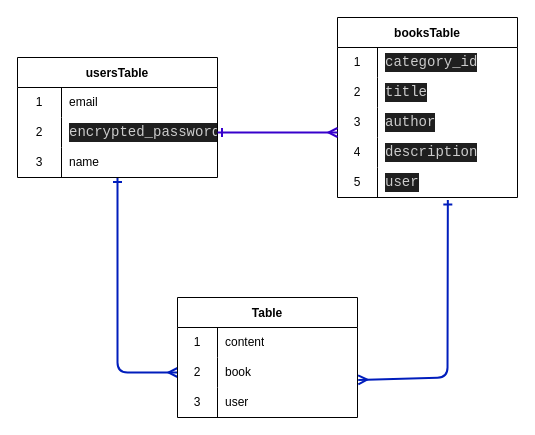
k-zyw/book-record keeps this draw.io diagram as book-record.dio. Above is the earlier version. Source tidied: cells renumbered, new cells numbered last; positions are measured from the earlier drawing's top-left corner, leaving out a move shared by most shapes. Both pictures are drawn from the tidied source at 100%, with x=0, y=0 at pixel (17, 17).
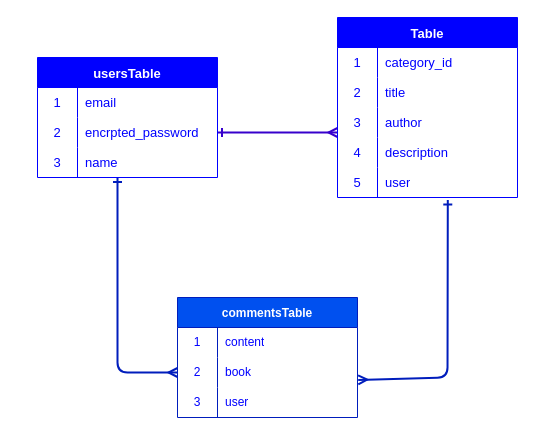
After the change.

The change refers to these unchanged cells:
```xml
<mxCell id="33" style="shape=tableRow;horizontal=0;startSize=0;swimlaneHead=0;swimlaneBody=0;top=0;left=0;bottom=0;right=0;fillColor=none;" parent="32" vertex="1">
  <mxGeometry y="30" width="180" height="30" as="geometry" />
</mxCell>
<mxCell id="36" style="shape=tableRow;horizontal=0;startSize=0;swimlaneHead=0;swimlaneBody=0;top=0;left=0;bottom=0;right=0;fillColor=none;points=[[0,0.5],[1,0.5]];portConstraint=eastwest;" parent="32" vertex="1">
  <mxGeometry y="60" width="180" height="30" as="geometry" />
</mxCell>
<mxCell id="39" style="shape=tableRow;horizontal=0;startSize=0;swimlaneHead=0;swimlaneBody=0;top=0;left=0;bottom=0;right=0;fillColor=none;" parent="32" vertex="1">
  <mxGeometry y="90" width="180" height="30" as="geometry" />
</mxCell>
```

What changed in the source:
```diff
@@
-    <mxCell id="2" style="edgeStyle=none;html=1;entryX=0;entryY=0.5;entryDx=0;entryDy=0;strokeWidth=2;startArrow=ERone;startFill=0;endArrow=ERmany;endFill=0;fillColor=#0050ef;strokeColor=#001DBC;" parent="1" edge="1" source="3" target="36">
+    <mxCell id="2" style="edgeStyle=none;html=1;entryX=0;entryY=0.5;entryDx=0;entryDy=0;strokeWidth=2;startArrow=ERone;startFill=0;endArrow=ERmany;endFill=0;fillColor=#0050ef;strokeColor=#001DBC;" parent="1" edge="1" target="36">
       <mxGeometry relative="1" as="geometry">
+        <mxPoint x="100" y="160" as="sourcePoint" />
         <Array as="points">
           <mxPoint x="100" y="355" />
         </Array>
       </mxGeometry>
     </mxCell>
-    <mxCell id="3" value="usersTable" style="shape=table;startSize=30;childLayout=tableLayout;rowLines=0;fontStyle=1;" parent="1" vertex="1">
-      <mxGeometry y="40" width="200" height="120" as="geometry" />
-    </mxCell>
-    <mxCell id="4" style="shape=tableRow;horizontal=0;startSize=0;swimlaneHead=0;swimlaneBody=0;top=0;left=0;bottom=0;right=0;fillColor=none;" parent="3" vertex="1">
-      <mxGeometry y="30" width="200" height="30" as="geometry" />
-    </mxCell>
-    <mxCell id="5" value="1" style="shape=partialRectangle;html=1;whiteSpace=wrap;fillColor=none;top=0;left=0;bottom=0;right=0;overflow=hidden;" parent="4" vertex="1">
-      <mxGeometry width="44" height="30" as="geometry" />
-    </mxCell>
-    <mxCell id="6" value="email" style="shape=partialRectangle;html=1;whiteSpace=wrap;fillColor=none;top=0;left=0;bottom=0;right=0;align=left;spacingLeft=6;overflow=hidden;" parent="4" vertex="1">
-      <mxGeometry x="44" width="156" height="30" as="geometry" />
-    </mxCell>
-    <mxCell id="7" style="shape=tableRow;horizontal=0;startSize=0;swimlaneHead=0;swimlaneBody=0;top=0;left=0;bottom=0;right=0;fillColor=none;points=[[0,0.5],[1,0.5]];portConstraint=eastwest;" parent="3" vertex="1">
-      <mxGeometry y="60" width="200" height="30" as="geometry" />
-    </mxCell>
-    <mxCell id="8" value="2" style="shape=partialRectangle;html=1;whiteSpace=wrap;fillColor=none;top=0;left=0;bottom=0;right=0;overflow=hidden;" parent="7" vertex="1">
-      <mxGeometry width="44" height="30" as="geometry" />
-    </mxCell>
-    <mxCell id="9" value="&lt;div style=&quot;color: rgb(204, 204, 204); background-color: rgb(31, 31, 31); font-family: Consolas, &amp;quot;Courier New&amp;quot;, monospace; font-size: 14px; line-height: 19px;&quot;&gt;encrypted_password&lt;/div&gt;" style="shape=partialRectangle;html=1;whiteSpace=wrap;fillColor=none;top=0;left=0;bottom=0;right=0;align=left;spacingLeft=6;overflow=hidden;" parent="7" vertex="1">
-      <mxGeometry x="44" width="156" height="30" as="geometry" />
-    </mxCell>
-    <mxCell id="10" style="shape=tableRow;horizontal=0;startSize=0;swimlaneHead=0;swimlaneBody=0;top=0;left=0;bottom=0;right=0;fillColor=none;" parent="3" vertex="1">
-      <mxGeometry y="90" width="200" height="30" as="geometry" />
-    </mxCell>
-    <mxCell id="11" value="3" style="shape=partialRectangle;html=1;whiteSpace=wrap;fillColor=none;top=0;left=0;bottom=0;right=0;overflow=hidden;" parent="10" vertex="1">
-      <mxGeometry width="44" height="30" as="geometry" />
-    </mxCell>
-    <mxCell id="12" value="name" style="shape=partialRectangle;html=1;whiteSpace=wrap;fillColor=none;top=0;left=0;bottom=0;right=0;align=left;spacingLeft=6;overflow=hidden;" parent="10" vertex="1">
-      <mxGeometry x="44" width="156" height="30" as="geometry" />
-    </mxCell>
-    <mxCell id="13" style="edgeStyle=none;html=1;entryX=1.004;entryY=0.747;entryDx=0;entryDy=0;strokeWidth=2;startArrow=ERone;startFill=0;endArrow=ERmany;endFill=0;entryPerimeter=0;exitX=0.613;exitY=1.08;exitDx=0;exitDy=0;exitPerimeter=0;fillColor=#0050ef;strokeColor=#001DBC;" parent="1" edge="1" source="27" target="36">
+    <mxCell id="13" style="edgeStyle=none;html=1;entryX=1.004;entryY=0.747;entryDx=0;entryDy=0;strokeWidth=2;startArrow=ERone;startFill=0;endArrow=ERmany;endFill=0;entryPerimeter=0;exitX=0.613;exitY=1.08;exitDx=0;exitDy=0;exitPerimeter=0;fillColor=#0050ef;strokeColor=#001DBC;" parent="1" edge="1" target="36">
       <mxGeometry relative="1" as="geometry">
+        <mxPoint x="430.3" y="182.4" as="sourcePoint" />
         <Array as="points">
           <mxPoint x="430" y="360" />
         </Array>
       </mxGeometry>
     </mxCell>
-    <mxCell id="14" value="booksTable" style="shape=table;startSize=30;childLayout=tableLayout;rowLines=0;fontStyle=1;" parent="1" vertex="1">
-      <mxGeometry x="320" width="180" height="180" as="geometry" />
-    </mxCell>
-    <mxCell id="15" style="shape=tableRow;horizontal=0;startSize=0;swimlaneHead=0;swimlaneBody=0;top=0;left=0;bottom=0;right=0;fillColor=none;" parent="14" vertex="1">
-      <mxGeometry y="30" width="180" height="30" as="geometry" />
-    </mxCell>
-    <mxCell id="16" value="1" style="shape=partialRectangle;html=1;whiteSpace=wrap;fillColor=none;top=0;left=0;bottom=0;right=0;overflow=hidden;" parent="15" vertex="1">
-      <mxGeometry width="40" height="30" as="geometry" />
-    </mxCell>
-    <mxCell id="17" value="&lt;div style=&quot;color: rgb(204, 204, 204); background-color: rgb(31, 31, 31); font-family: Consolas, &amp;quot;Courier New&amp;quot;, monospace; font-size: 14px; line-height: 19px;&quot;&gt;category_id&lt;/div&gt;" style="shape=partialRectangle;html=1;whiteSpace=wrap;fillColor=none;top=0;left=0;bottom=0;right=0;align=left;spacingLeft=6;overflow=hidden;" parent="15" vertex="1">
-      <mxGeometry x="40" width="140" height="30" as="geometry" />
-    </mxCell>
-    <mxCell id="18" style="shape=tableRow;horizontal=0;startSize=0;swimlaneHead=0;swimlaneBody=0;top=0;left=0;bottom=0;right=0;fillColor=none;" parent="14" vertex="1">
-      <mxGeometry y="60" width="180" height="30" as="geometry" />
-    </mxCell>
-    <mxCell id="19" value="2" style="shape=partialRectangle;html=1;whiteSpace=wrap;fillColor=none;top=0;left=0;bottom=0;right=0;overflow=hidden;" parent="18" vertex="1">
-      <mxGeometry width="40" height="30" as="geometry" />
-    </mxCell>
-    <mxCell id="20" value="&lt;div style=&quot;color: rgb(204, 204, 204); background-color: rgb(31, 31, 31); font-family: Consolas, &amp;quot;Courier New&amp;quot;, monospace; font-size: 14px; line-height: 19px;&quot;&gt;title &lt;/div&gt;" style="shape=partialRectangle;html=1;whiteSpace=wrap;fillColor=none;top=0;left=0;bottom=0;right=0;align=left;spacingLeft=6;overflow=hidden;" parent="18" vertex="1">
-      <mxGeometry x="40" width="140" height="30" as="geometry" />
-    </mxCell>
-    <mxCell id="21" style="shape=tableRow;horizontal=0;startSize=0;swimlaneHead=0;swimlaneBody=0;top=0;left=0;bottom=0;right=0;fillColor=none;" parent="14" vertex="1">
-      <mxGeometry y="90" width="180" height="30" as="geometry" />
-    </mxCell>
-    <mxCell id="22" value="3" style="shape=partialRectangle;html=1;whiteSpace=wrap;fillColor=none;top=0;left=0;bottom=0;right=0;overflow=hidden;" parent="21" vertex="1">
-      <mxGeometry width="40" height="30" as="geometry" />
-    </mxCell>
-    <mxCell id="23" value="&lt;div style=&quot;color: rgb(204, 204, 204); background-color: rgb(31, 31, 31); font-family: Consolas, &amp;quot;Courier New&amp;quot;, monospace; font-size: 14px; line-height: 19px;&quot;&gt;author&lt;/div&gt;" style="shape=partialRectangle;html=1;whiteSpace=wrap;fillColor=none;top=0;left=0;bottom=0;right=0;align=left;spacingLeft=6;overflow=hidden;" parent="21" vertex="1">
-      <mxGeometry x="40" width="140" height="30" as="geometry" />
-    </mxCell>
-    <mxCell id="24" style="shape=tableRow;horizontal=0;startSize=0;swimlaneHead=0;swimlaneBody=0;top=0;left=0;bottom=0;right=0;fillColor=none;" parent="14" vertex="1">
-      <mxGeometry y="120" width="180" height="30" as="geometry" />
-    </mxCell>
-    <mxCell id="25" value="4" style="shape=partialRectangle;html=1;whiteSpace=wrap;fillColor=none;top=0;left=0;bottom=0;right=0;overflow=hidden;" parent="24" vertex="1">
-      <mxGeometry width="40" height="30" as="geometry" />
-    </mxCell>
-    <mxCell id="26" value="&lt;div style=&quot;color: rgb(204, 204, 204); background-color: rgb(31, 31, 31); font-family: Consolas, &amp;quot;Courier New&amp;quot;, monospace; font-size: 14px; line-height: 19px;&quot;&gt;&lt;div style=&quot;line-height: 19px;&quot;&gt;&lt;div style=&quot;line-height: 19px;&quot;&gt;&lt;div style=&quot;line-height: 19px;&quot;&gt;description&lt;/div&gt;&lt;/div&gt;&lt;/div&gt;&lt;/div&gt;" style="shape=partialRectangle;html=1;whiteSpace=wrap;fillColor=none;top=0;left=0;bottom=0;right=0;align=left;spacingLeft=6;overflow=hidden;" parent="24" vertex="1">
-      <mxGeometry x="40" width="140" height="30" as="geometry" />
-    </mxCell>
-    <mxCell id="27" style="shape=tableRow;horizontal=0;startSize=0;swimlaneHead=0;swimlaneBody=0;top=0;left=0;bottom=0;right=0;fillColor=none;points=[[0,0.5],[1,0.5]];portConstraint=eastwest;" parent="14" vertex="1">
-      <mxGeometry y="150" width="180" height="30" as="geometry" />
-    </mxCell>
-    <mxCell id="28" value="5" style="shape=partialRectangle;html=1;whiteSpace=wrap;fillColor=none;top=0;left=0;bottom=0;right=0;overflow=hidden;" parent="27" vertex="1">
-      <mxGeometry width="40" height="30" as="geometry" />
-    </mxCell>
-    <mxCell id="29" value="&lt;div style=&quot;color: rgb(204, 204, 204); background-color: rgb(31, 31, 31); font-family: Consolas, &amp;quot;Courier New&amp;quot;, monospace; font-size: 14px; line-height: 19px;&quot;&gt;user&lt;/div&gt;" style="shape=partialRectangle;html=1;whiteSpace=wrap;fillColor=none;top=0;left=0;bottom=0;right=0;align=left;spacingLeft=6;overflow=hidden;" parent="27" vertex="1">
-      <mxGeometry x="40" width="140" height="30" as="geometry" />
-    </mxCell>
-    <mxCell id="30" style="edgeStyle=none;html=1;" parent="1" edge="1" source="3">
+    <mxCell id="30" style="edgeStyle=none;html=1;" parent="1" edge="1">
       <mxGeometry relative="1" as="geometry">
+        <mxPoint x="200" y="100" as="sourcePoint" />
         <mxPoint x="200" y="100" as="targetPoint" />
       </mxGeometry>
     </mxCell>
-    <mxCell id="31" style="edgeStyle=none;html=1;startArrow=ERone;startFill=0;endArrow=ERmany;endFill=0;fillColor=#6a00ff;strokeColor=#3700CC;strokeWidth=2;" parent="1" edge="1" source="7">
+    <mxCell id="31" style="edgeStyle=none;html=1;startArrow=ERone;startFill=0;endArrow=ERmany;endFill=0;fillColor=#6a00ff;strokeColor=#3700CC;strokeWidth=2;" parent="1" edge="1">
       <mxGeometry relative="1" as="geometry">
+        <mxPoint x="200" y="115" as="sourcePoint" />
         <mxPoint x="320" y="115" as="targetPoint" />
       </mxGeometry>
     </mxCell>
-    <mxCell id="32" value="Table" style="shape=table;startSize=30;childLayout=tableLayout;rowLines=0;fontStyle=1;" parent="1" vertex="1">
+    <mxCell id="32" value="commentsTable" style="shape=table;startSize=30;childLayout=tableLayout;rowLines=0;fontStyle=1;fillColor=#0050ef;fontColor=#ffffff;strokeColor=#001DBC;" parent="1" vertex="1">
       <mxGeometry x="160" y="280" width="180" height="120" as="geometry" />
     </mxCell>
@@
-    <mxCell id="34" value="1" style="shape=partialRectangle;html=1;whiteSpace=wrap;fillColor=none;top=0;left=0;bottom=0;right=0;overflow=hidden;" parent="33" vertex="1">
+    <mxCell id="34" value="&lt;font color=&quot;#0000ff&quot;&gt;1&lt;/font&gt;" style="shape=partialRectangle;html=1;whiteSpace=wrap;fillColor=none;top=0;left=0;bottom=0;right=0;overflow=hidden;" parent="33" vertex="1">
       <mxGeometry width="40" height="30" as="geometry" />
     </mxCell>
-    <mxCell id="35" value="content" style="shape=partialRectangle;html=1;whiteSpace=wrap;fillColor=none;top=0;left=0;bottom=0;right=0;align=left;spacingLeft=6;overflow=hidden;" parent="33" vertex="1">
+    <mxCell id="35" value="&lt;font color=&quot;#0000ff&quot;&gt;content&lt;/font&gt;" style="shape=partialRectangle;html=1;whiteSpace=wrap;fillColor=none;top=0;left=0;bottom=0;right=0;align=left;spacingLeft=6;overflow=hidden;" parent="33" vertex="1">
       <mxGeometry x="40" width="140" height="30" as="geometry" />
     </mxCell>
@@
-    <mxCell id="37" value="2" style="shape=partialRectangle;html=1;whiteSpace=wrap;fillColor=none;top=0;left=0;bottom=0;right=0;overflow=hidden;" parent="36" vertex="1">
+    <mxCell id="37" value="&lt;font color=&quot;#0000ff&quot;&gt;2&lt;/font&gt;" style="shape=partialRectangle;html=1;whiteSpace=wrap;fillColor=none;top=0;left=0;bottom=0;right=0;overflow=hidden;" parent="36" vertex="1">
       <mxGeometry width="40" height="30" as="geometry" />
     </mxCell>
-    <mxCell id="38" value="book" style="shape=partialRectangle;html=1;whiteSpace=wrap;fillColor=none;top=0;left=0;bottom=0;right=0;align=left;spacingLeft=6;overflow=hidden;" parent="36" vertex="1">
+    <mxCell id="38" value="&lt;font color=&quot;#0000ff&quot;&gt;book&lt;/font&gt;" style="shape=partialRectangle;html=1;whiteSpace=wrap;fillColor=none;top=0;left=0;bottom=0;right=0;align=left;spacingLeft=6;overflow=hidden;" parent="36" vertex="1">
       <mxGeometry x="40" width="140" height="30" as="geometry" />
     </mxCell>
@@
-    <mxCell id="40" value="3" style="shape=partialRectangle;html=1;whiteSpace=wrap;fillColor=none;top=0;left=0;bottom=0;right=0;overflow=hidden;" parent="39" vertex="1">
+    <mxCell id="40" value="&lt;font color=&quot;#0000ff&quot;&gt;3&lt;/font&gt;" style="shape=partialRectangle;html=1;whiteSpace=wrap;fillColor=none;top=0;left=0;bottom=0;right=0;overflow=hidden;" parent="39" vertex="1">
       <mxGeometry width="40" height="30" as="geometry" />
     </mxCell>
-    <mxCell id="41" value="user" style="shape=partialRectangle;html=1;whiteSpace=wrap;fillColor=none;top=0;left=0;bottom=0;right=0;align=left;spacingLeft=6;overflow=hidden;" parent="39" vertex="1">
+    <mxCell id="41" value="&lt;font color=&quot;#0000ff&quot;&gt;user&lt;/font&gt;" style="shape=partialRectangle;html=1;whiteSpace=wrap;fillColor=none;top=0;left=0;bottom=0;right=0;align=left;spacingLeft=6;overflow=hidden;" parent="39" vertex="1">
       <mxGeometry x="40" width="140" height="30" as="geometry" />
     </mxCell>
+    <mxCell id="3" value="usersTable" style="shape=table;startSize=30;childLayout=tableLayout;rowLines=0;fontStyle=1;labelBackgroundColor=none;labelBorderColor=none;strokeColor=#0000FF;fontSize=13;fontColor=#FFFFFF;fillColor=#0000FF;" parent="1" vertex="1">
+      <mxGeometry x="20" y="40" width="180" height="120" as="geometry" />
+    </mxCell>
+    <mxCell id="42" style="shape=tableRow;horizontal=0;startSize=0;swimlaneHead=0;swimlaneBody=0;top=0;left=0;bottom=0;right=0;fillColor=none;labelBackgroundColor=none;labelBorderColor=none;strokeColor=#0000FF;fontSize=13;fontColor=#0000FF;" parent="3" vertex="1">
+      <mxGeometry y="30" width="180" height="30" as="geometry" />
+    </mxCell>
+    <mxCell id="43" value="1" style="shape=partialRectangle;html=1;whiteSpace=wrap;fillColor=none;top=0;left=0;bottom=0;right=0;overflow=hidden;labelBackgroundColor=none;labelBorderColor=none;strokeColor=#0000FF;fontSize=13;fontColor=#0000FF;" parent="42" vertex="1">
+      <mxGeometry width="40" height="30" as="geometry" />
+    </mxCell>
+    <mxCell id="6" value="email" style="shape=partialRectangle;html=1;whiteSpace=wrap;fillColor=none;top=0;left=0;bottom=0;right=0;align=left;spacingLeft=6;overflow=hidden;labelBackgroundColor=none;labelBorderColor=none;strokeColor=#0000FF;fontSize=13;fontColor=#0000FF;" parent="42" vertex="1">
+      <mxGeometry x="40" width="140" height="30" as="geometry" />
+    </mxCell>
+    <mxCell id="44" style="shape=tableRow;horizontal=0;startSize=0;swimlaneHead=0;swimlaneBody=0;top=0;left=0;bottom=0;right=0;fillColor=none;labelBackgroundColor=none;labelBorderColor=none;strokeColor=#0000FF;fontSize=13;fontColor=#0000FF;" parent="3" vertex="1">
+      <mxGeometry y="60" width="180" height="30" as="geometry" />
+    </mxCell>
+    <mxCell id="45" value="2" style="shape=partialRectangle;html=1;whiteSpace=wrap;fillColor=none;top=0;left=0;bottom=0;right=0;overflow=hidden;labelBackgroundColor=none;labelBorderColor=none;strokeColor=#0000FF;fontSize=13;fontColor=#0000FF;" parent="44" vertex="1">
+      <mxGeometry width="40" height="30" as="geometry" />
+    </mxCell>
+    <mxCell id="46" value="encrpted_password" style="shape=partialRectangle;html=1;whiteSpace=wrap;fillColor=none;top=0;left=0;bottom=0;right=0;align=left;spacingLeft=6;overflow=hidden;labelBackgroundColor=none;labelBorderColor=none;strokeColor=#0000FF;fontSize=13;fontColor=#0000FF;" parent="44" vertex="1">
+      <mxGeometry x="40" width="140" height="30" as="geometry" />
+    </mxCell>
+    <mxCell id="47" style="shape=tableRow;horizontal=0;startSize=0;swimlaneHead=0;swimlaneBody=0;top=0;left=0;bottom=0;right=0;fillColor=none;labelBackgroundColor=none;labelBorderColor=none;strokeColor=#0000FF;fontSize=13;fontColor=#0000FF;" parent="3" vertex="1">
+      <mxGeometry y="90" width="180" height="30" as="geometry" />
+    </mxCell>
+    <mxCell id="48" value="3" style="shape=partialRectangle;html=1;whiteSpace=wrap;fillColor=none;top=0;left=0;bottom=0;right=0;overflow=hidden;labelBackgroundColor=none;labelBorderColor=none;strokeColor=#0000FF;fontSize=13;fontColor=#0000FF;" parent="47" vertex="1">
+      <mxGeometry width="40" height="30" as="geometry" />
+    </mxCell>
+    <mxCell id="12" value="name" style="shape=partialRectangle;html=1;whiteSpace=wrap;fillColor=none;top=0;left=0;bottom=0;right=0;align=left;spacingLeft=6;overflow=hidden;labelBackgroundColor=none;labelBorderColor=none;strokeColor=#0000FF;fontSize=13;fontColor=#0000FF;" parent="47" vertex="1">
+      <mxGeometry x="40" width="140" height="30" as="geometry" />
+    </mxCell>
+    <mxCell id="49" value="Table" style="shape=table;startSize=30;childLayout=tableLayout;rowLines=0;fontStyle=1;labelBackgroundColor=none;labelBorderColor=none;strokeColor=#0000FF;fontSize=13;fontColor=#FFFFFF;fillColor=#0000FF;" parent="1" vertex="1">
+      <mxGeometry x="320" width="180" height="180" as="geometry" />
+    </mxCell>
+    <mxCell id="50" style="shape=tableRow;horizontal=0;startSize=0;swimlaneHead=0;swimlaneBody=0;top=0;left=0;bottom=0;right=0;fillColor=none;labelBackgroundColor=none;labelBorderColor=none;strokeColor=#0000FF;fontSize=13;fontColor=#FFFFFF;" parent="49" vertex="1">
+      <mxGeometry y="30" width="180" height="30" as="geometry" />
+    </mxCell>
+    <mxCell id="51" value="&lt;font color=&quot;#0000ff&quot;&gt;1&lt;/font&gt;" style="shape=partialRectangle;html=1;whiteSpace=wrap;fillColor=none;top=0;left=0;bottom=0;right=0;overflow=hidden;labelBackgroundColor=none;labelBorderColor=none;strokeColor=#0000FF;fontSize=13;fontColor=#FFFFFF;" parent="50" vertex="1">
+      <mxGeometry width="40" height="30" as="geometry" />
+    </mxCell>
+    <mxCell id="17" value="&lt;font color=&quot;#0000ff&quot;&gt;category_id&lt;/font&gt;" style="shape=partialRectangle;html=1;whiteSpace=wrap;fillColor=none;top=0;left=0;bottom=0;right=0;align=left;spacingLeft=6;overflow=hidden;labelBackgroundColor=none;labelBorderColor=none;strokeColor=#0000FF;fontSize=13;fontColor=#FFFFFF;" parent="50" vertex="1">
+      <mxGeometry x="40" width="140" height="30" as="geometry" />
+    </mxCell>
+    <mxCell id="52" style="shape=tableRow;horizontal=0;startSize=0;swimlaneHead=0;swimlaneBody=0;top=0;left=0;bottom=0;right=0;fillColor=none;labelBackgroundColor=none;labelBorderColor=none;strokeColor=#0000FF;fontSize=13;fontColor=#FFFFFF;" parent="49" vertex="1">
+      <mxGeometry y="60" width="180" height="30" as="geometry" />
+    </mxCell>
+    <mxCell id="53" value="&lt;font color=&quot;#0000ff&quot;&gt;2&lt;/font&gt;" style="shape=partialRectangle;html=1;whiteSpace=wrap;fillColor=none;top=0;left=0;bottom=0;right=0;overflow=hidden;labelBackgroundColor=none;labelBorderColor=none;strokeColor=#0000FF;fontSize=13;fontColor=#FFFFFF;" parent="52" vertex="1">
+      <mxGeometry width="40" height="30" as="geometry" />
+    </mxCell>
+    <mxCell id="20" value="&lt;font color=&quot;#0000ff&quot;&gt;title&lt;/font&gt;" style="shape=partialRectangle;html=1;whiteSpace=wrap;fillColor=none;top=0;left=0;bottom=0;right=0;align=left;spacingLeft=6;overflow=hidden;labelBackgroundColor=none;labelBorderColor=none;strokeColor=#0000FF;fontSize=13;fontColor=#FFFFFF;" parent="52" vertex="1">
+      <mxGeometry x="40" width="140" height="30" as="geometry" />
+    </mxCell>
+    <mxCell id="54" style="shape=tableRow;horizontal=0;startSize=0;swimlaneHead=0;swimlaneBody=0;top=0;left=0;bottom=0;right=0;fillColor=none;labelBackgroundColor=none;labelBorderColor=none;strokeColor=#0000FF;fontSize=13;fontColor=#FFFFFF;" parent="49" vertex="1">
+      <mxGeometry y="90" width="180" height="30" as="geometry" />
+    </mxCell>
+    <mxCell id="55" value="&lt;font color=&quot;#0000ff&quot;&gt;3&lt;/font&gt;" style="shape=partialRectangle;html=1;whiteSpace=wrap;fillColor=none;top=0;left=0;bottom=0;right=0;overflow=hidden;labelBackgroundColor=none;labelBorderColor=none;strokeColor=#0000FF;fontSize=13;fontColor=#FFFFFF;" parent="54" vertex="1">
+      <mxGeometry width="40" height="30" as="geometry" />
+    </mxCell>
+    <mxCell id="23" value="&lt;font color=&quot;#0000ff&quot;&gt;author&lt;/font&gt;" style="shape=partialRectangle;html=1;whiteSpace=wrap;fillColor=none;top=0;left=0;bottom=0;right=0;align=left;spacingLeft=6;overflow=hidden;labelBackgroundColor=none;labelBorderColor=none;strokeColor=#0000FF;fontSize=13;fontColor=#FFFFFF;" parent="54" vertex="1">
+      <mxGeometry x="40" width="140" height="30" as="geometry" />
+    </mxCell>
+    <mxCell id="56" style="shape=tableRow;horizontal=0;startSize=0;swimlaneHead=0;swimlaneBody=0;top=0;left=0;bottom=0;right=0;fillColor=none;labelBackgroundColor=none;labelBorderColor=none;strokeColor=#0000FF;fontSize=13;fontColor=#FFFFFF;" parent="49" vertex="1">
+      <mxGeometry y="120" width="180" height="30" as="geometry" />
+    </mxCell>
+    <mxCell id="25" value="&lt;font color=&quot;#0000ff&quot;&gt;4&lt;/font&gt;" style="shape=partialRectangle;html=1;whiteSpace=wrap;fillColor=none;top=0;left=0;bottom=0;right=0;overflow=hidden;labelBackgroundColor=none;labelBorderColor=none;strokeColor=#0000FF;fontSize=13;fontColor=#FFFFFF;" parent="56" vertex="1">
+      <mxGeometry width="40" height="30" as="geometry" />
+    </mxCell>
+    <mxCell id="26" value="&lt;font color=&quot;#0000ff&quot;&gt;description&lt;/font&gt;" style="shape=partialRectangle;html=1;whiteSpace=wrap;fillColor=none;top=0;left=0;bottom=0;right=0;align=left;spacingLeft=6;overflow=hidden;labelBackgroundColor=none;labelBorderColor=none;strokeColor=#0000FF;fontSize=13;fontColor=#FFFFFF;" parent="56" vertex="1">
+      <mxGeometry x="40" width="140" height="30" as="geometry" />
+    </mxCell>
+    <mxCell id="57" style="shape=tableRow;horizontal=0;startSize=0;swimlaneHead=0;swimlaneBody=0;top=0;left=0;bottom=0;right=0;fillColor=none;labelBackgroundColor=none;labelBorderColor=none;strokeColor=#0000FF;fontSize=13;fontColor=#FFFFFF;" parent="49" vertex="1">
+      <mxGeometry y="150" width="180" height="30" as="geometry" />
+    </mxCell>
+    <mxCell id="28" value="&lt;font color=&quot;#0000ff&quot;&gt;5&lt;/font&gt;" style="shape=partialRectangle;html=1;whiteSpace=wrap;fillColor=none;top=0;left=0;bottom=0;right=0;overflow=hidden;labelBackgroundColor=none;labelBorderColor=none;strokeColor=#0000FF;fontSize=13;fontColor=#FFFFFF;" parent="57" vertex="1">
+      <mxGeometry width="40" height="30" as="geometry" />
+    </mxCell>
+    <mxCell id="29" value="&lt;font color=&quot;#0000ff&quot;&gt;user&lt;/font&gt;" style="shape=partialRectangle;html=1;whiteSpace=wrap;fillColor=none;top=0;left=0;bottom=0;right=0;align=left;spacingLeft=6;overflow=hidden;labelBackgroundColor=none;labelBorderColor=none;strokeColor=#0000FF;fontSize=13;fontColor=#FFFFFF;" parent="57" vertex="1">
+      <mxGeometry x="40" width="140" height="30" as="geometry" />
+    </mxCell>
```
